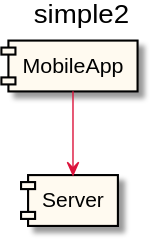
Above: docs/simple2_integration.svg in anz-bank/sysl-catalog (PlantUML), before the change. Its diagram source:
```plantuml
@startuml


title simple2
hide stereotype
scale max 16384 height
skinparam component {
  BackgroundColor FloralWhite
  BorderColor Black
  ArrowColor Crimson
}
[MobileApp] as _0 <<highlight>>
[Server] as _1 <<highlight>>
_0 --> _1
@enduml
```
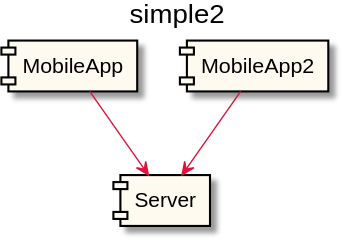
The same file after the commit.

Diff of the diagram source:
```diff
@@ -12,4 +12,6 @@
 [MobileApp] as _0 <<highlight>>
 [Server] as _1 <<highlight>>
 _0 --> _1
+[MobileApp2] as _2
+_2 --> _1
 @enduml
```
